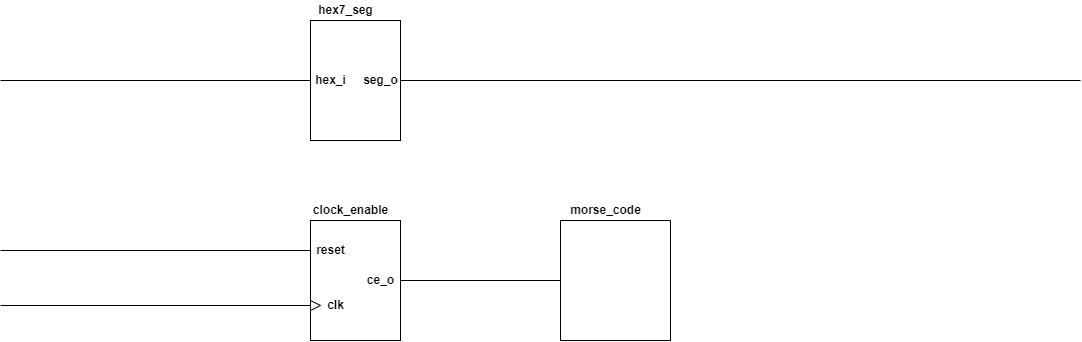
The draw.io diagram labs/project/top.png in Marxs31/digital-electronics-1, before a commit. Source tidied: cells renumbered, new cells last; positions are measured from the earlier drawing's top-left corner, leaving out a move shared by most shapes.
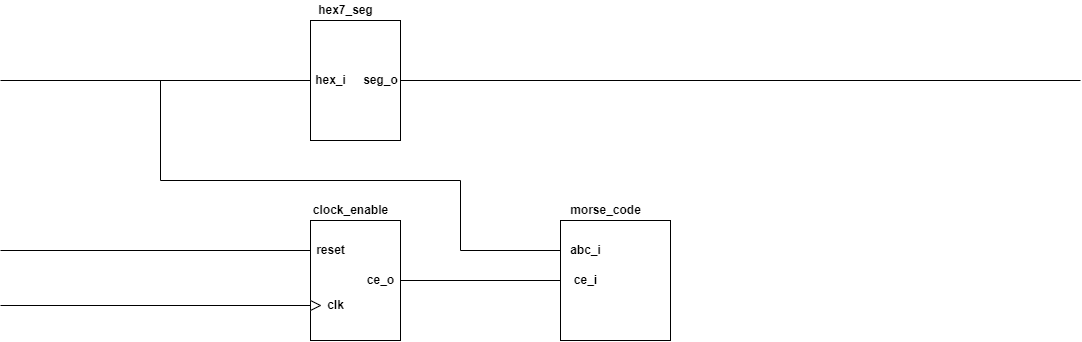
After the commit.

Diff of the diagram source:
```diff
@@ -64,5 +64,21 @@
     <mxCell id="19" value="&lt;b&gt;morse_code&lt;/b&gt;" style="text;html=1;align=center;verticalAlign=middle;strokeColor=none;fillColor=none;" parent="1" vertex="1">
       <mxGeometry x="560" y="200" width="90" height="20" as="geometry" />
     </mxCell>
+    <mxCell id="20" style="endArrow=none;html=1;rounded=0;exitX=0;exitY=0.25;exitDx=0;exitDy=0;" parent="1" edge="1" source="18">
+      <mxGeometry relative="1" as="geometry">
+        <mxPoint x="160" y="80" as="targetPoint" />
+        <Array as="points">
+          <mxPoint x="460" y="250" />
+          <mxPoint x="460" y="180" />
+          <mxPoint x="160" y="180" />
+        </Array>
+      </mxGeometry>
+    </mxCell>
+    <mxCell id="21" value="&lt;b&gt;abc_i&lt;/b&gt;" style="text;html=1;align=center;verticalAlign=middle;strokeColor=none;fillColor=none;" parent="1" vertex="1">
+      <mxGeometry x="560" y="240" width="50" height="20" as="geometry" />
+    </mxCell>
+    <mxCell id="22" value="&lt;b&gt;ce_i&lt;/b&gt;" style="text;html=1;align=center;verticalAlign=middle;strokeColor=none;fillColor=none;" parent="1" vertex="1">
+      <mxGeometry x="565" y="270" width="40" height="20" as="geometry" />
+    </mxCell>
   </root>
 </mxGraphModel>
```
